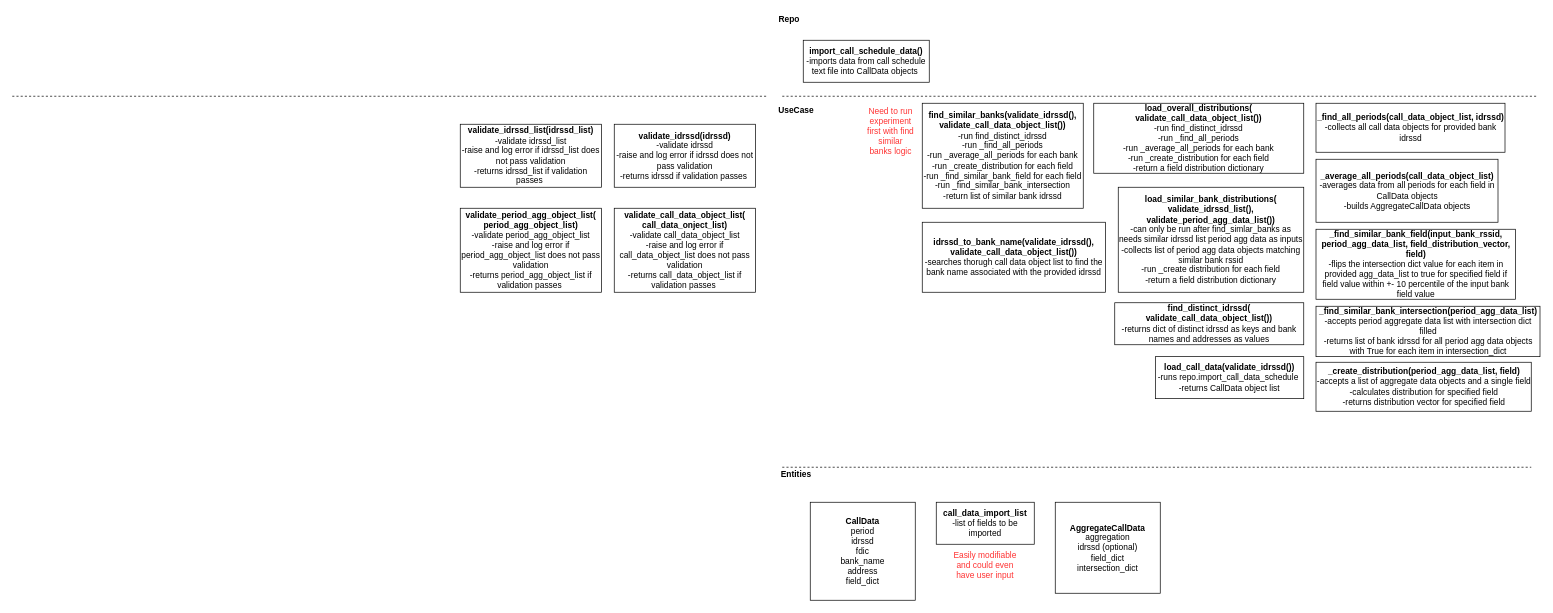
The draw.io diagram page "architecture" (1 of 2) of architecture/bank_like_x_architecture.drawio in JasonBrauer/banklikex, before the edit. Source tidied: cells renumbered, new cells numbered last; positions are measured from the earlier drawing's top-left corner, leaving out a move shared by most shapes. Both pictures are drawn from the tidied source at 70%, with x=0, y=0 at pixel (12, 12).
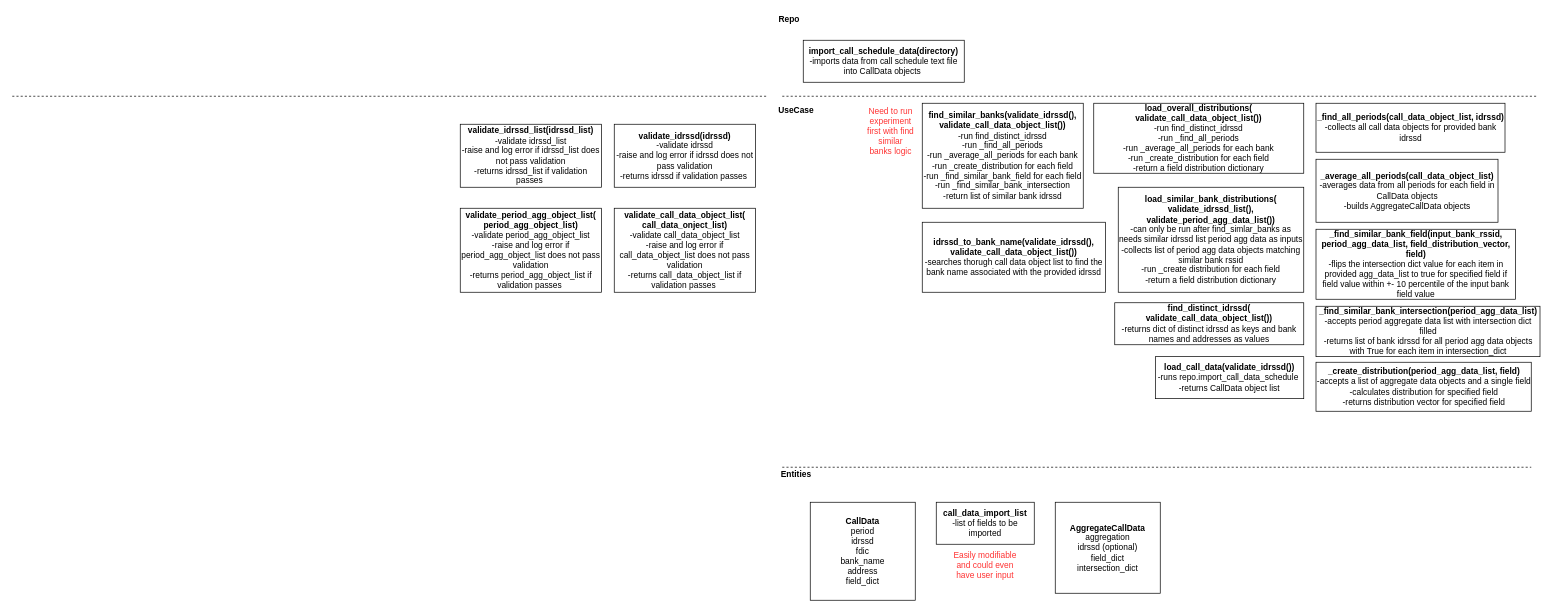
After the change.

Commit message:
input for call data import in diagram

What changed in the source:
```diff
@@
-    <mxCell id="5" value="&lt;b&gt;import_call_schedule_data()&lt;/b&gt;&lt;br&gt;-imports data from call schedule text file into CallData objects&amp;nbsp;" style="rounded=0;whiteSpace=wrap;html=1;" parent="1" vertex="1">
-      <mxGeometry x="1130" y="40" width="180" height="60" as="geometry" />
+    <mxCell id="5" value="&lt;b&gt;import_call_schedule_data(directory)&lt;/b&gt;&lt;br&gt;-imports data from call schedule text file into CallData objects&amp;nbsp;" style="rounded=0;whiteSpace=wrap;html=1;" parent="1" vertex="1">
+      <mxGeometry x="1130" y="40" width="230" height="60" as="geometry" />
     </mxCell>
```
